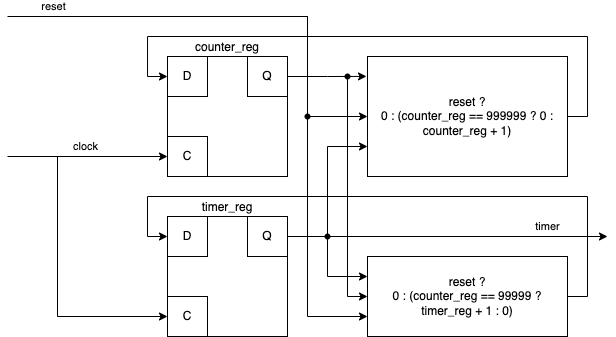
thu-cs-lab/Digital-Design-Docs keeps this draw.io diagram as docs/hdl-by-example/imgs/timer.drawio.png. Above is the earlier version. Source tidied: cells renumbered, new cells last; positions are measured from the earlier drawing's top-left corner, leaving out a move shared by most shapes. The source it was exported from:
```xml
<mxGraphModel>
  <root>
    <mxCell id="0" />
    <mxCell id="1" parent="0" />
    <mxCell id="2" value="counter_reg" style="rounded=0;whiteSpace=wrap;html=1;fillColor=none;labelPosition=center;verticalLabelPosition=top;align=center;verticalAlign=bottom;" parent="1" vertex="1">
      <mxGeometry x="160" y="40" width="120" height="120" as="geometry" />
    </mxCell>
    <mxCell id="3" value="D" style="rounded=0;whiteSpace=wrap;html=1;fillColor=none;" parent="1" vertex="1">
      <mxGeometry x="160" y="40" width="40" height="40" as="geometry" />
    </mxCell>
    <mxCell id="4" value="C" style="rounded=0;whiteSpace=wrap;html=1;fillColor=none;" parent="1" vertex="1">
      <mxGeometry x="160" y="120" width="40" height="40" as="geometry" />
    </mxCell>
    <mxCell id="5" style="edgeStyle=orthogonalEdgeStyle;rounded=0;jettySize=auto;html=1;exitX=1;exitY=0.5;exitDx=0;exitDy=0;entryX=-0.005;entryY=0.166;entryDx=0;entryDy=0;entryPerimeter=0;" parent="1" edge="1" source="6" target="17">
      <mxGeometry relative="1" as="geometry" />
    </mxCell>
    <mxCell id="6" value="Q" style="rounded=0;whiteSpace=wrap;html=1;fillColor=none;" parent="1" vertex="1">
      <mxGeometry x="240" y="40" width="40" height="40" as="geometry" />
    </mxCell>
    <mxCell id="7" style="endArrow=classic;html=1;rounded=0;entryX=0;entryY=0.5;entryDx=0;entryDy=0;" parent="1" edge="1" target="4">
      <mxGeometry relative="1" as="geometry">
        <mxPoint y="140" as="sourcePoint" />
      </mxGeometry>
    </mxCell>
    <mxCell id="8" value="clock" style="edgeLabel;html=1;align=center;verticalAlign=middle;" parent="7" vertex="1">
      <mxGeometry x="-0.03" y="-1" relative="1" as="geometry">
        <mxPoint y="-11" as="offset" />
      </mxGeometry>
    </mxCell>
    <mxCell id="9" value="timer_reg" style="rounded=0;whiteSpace=wrap;html=1;fillColor=none;labelPosition=center;verticalLabelPosition=top;align=center;verticalAlign=bottom;" parent="1" vertex="1">
      <mxGeometry x="160" y="200" width="120" height="120" as="geometry" />
    </mxCell>
    <mxCell id="10" value="D" style="rounded=0;whiteSpace=wrap;html=1;fillColor=none;" parent="1" vertex="1">
      <mxGeometry x="160" y="200" width="40" height="40" as="geometry" />
    </mxCell>
    <mxCell id="11" value="C" style="rounded=0;whiteSpace=wrap;html=1;fillColor=none;" parent="1" vertex="1">
      <mxGeometry x="160" y="280" width="40" height="40" as="geometry" />
    </mxCell>
    <mxCell id="12" value="Q" style="rounded=0;whiteSpace=wrap;html=1;fillColor=none;" parent="1" vertex="1">
      <mxGeometry x="240" y="200" width="40" height="40" as="geometry" />
    </mxCell>
    <mxCell id="13" style="endArrow=classic;html=1;rounded=0;entryX=0;entryY=0.5;entryDx=0;entryDy=0;" parent="1" edge="1" target="11">
      <mxGeometry relative="1" as="geometry">
        <mxPoint x="50" y="140" as="sourcePoint" />
        <Array as="points">
          <mxPoint x="50" y="300" />
        </Array>
      </mxGeometry>
    </mxCell>
    <mxCell id="14" style="endArrow=classic;html=1;rounded=0;exitDx=0;exitDy=0;startArrow=none;" parent="1" edge="1" source="25">
      <mxGeometry relative="1" as="geometry">
        <mxPoint x="600" y="220" as="targetPoint" />
      </mxGeometry>
    </mxCell>
    <mxCell id="15" value="timer" style="edgeLabel;html=1;align=center;verticalAlign=middle;" parent="14" vertex="1">
      <mxGeometry x="0.43" relative="1" as="geometry">
        <mxPoint x="19" y="-10" as="offset" />
      </mxGeometry>
    </mxCell>
    <mxCell id="16" style="edgeStyle=orthogonalEdgeStyle;rounded=0;jettySize=auto;html=1;exitX=1;exitY=0.5;exitDx=0;exitDy=0;entryX=0;entryY=0.5;entryDx=0;entryDy=0;" parent="1" edge="1" source="17" target="3">
      <mxGeometry relative="1" as="geometry">
        <Array as="points">
          <mxPoint x="580" y="100" />
          <mxPoint x="580" y="20" />
          <mxPoint x="140" y="20" />
          <mxPoint x="140" y="60" />
        </Array>
      </mxGeometry>
    </mxCell>
    <mxCell id="17" value="reset ?&lt;br&gt;0 : (counter_reg == 999999 ? 0 : counter_reg + 1)" style="rounded=0;whiteSpace=wrap;html=1;fillColor=none;" parent="1" vertex="1">
      <mxGeometry x="360" y="40" width="200" height="120" as="geometry" />
    </mxCell>
    <mxCell id="18" style="endArrow=classic;html=1;rounded=0;entryX=0;entryY=0.75;entryDx=0;entryDy=0;" parent="1" edge="1" target="17">
      <mxGeometry relative="1" as="geometry">
        <mxPoint x="320" y="220" as="sourcePoint" />
        <Array as="points">
          <mxPoint x="320" y="130" />
        </Array>
      </mxGeometry>
    </mxCell>
    <mxCell id="19" style="endArrow=classic;html=1;rounded=0;entryX=0;entryY=0.5;entryDx=0;entryDy=0;startArrow=none;" parent="1" edge="1" source="28" target="17">
      <mxGeometry relative="1" as="geometry">
        <Array as="points">
          <mxPoint x="300" />
          <mxPoint x="300" y="100" />
        </Array>
      </mxGeometry>
    </mxCell>
    <mxCell id="20" value="reset ?&lt;br&gt;0 : (counter_reg == 99999 ? timer_reg + 1 : 0)" style="rounded=0;whiteSpace=wrap;html=1;fillColor=none;" parent="1" vertex="1">
      <mxGeometry x="360" y="240" width="200" height="80" as="geometry" />
    </mxCell>
    <mxCell id="21" style="endArrow=classic;html=1;rounded=0;entryX=0;entryY=0.25;entryDx=0;entryDy=0;" parent="1" edge="1" target="20">
      <mxGeometry relative="1" as="geometry">
        <mxPoint x="320" y="220" as="sourcePoint" />
        <Array as="points">
          <mxPoint x="320" y="260" />
        </Array>
      </mxGeometry>
    </mxCell>
    <mxCell id="22" style="endArrow=classic;html=1;rounded=0;entryX=0;entryY=0.5;entryDx=0;entryDy=0;" parent="1" edge="1" target="20">
      <mxGeometry relative="1" as="geometry">
        <mxPoint x="340" y="60" as="sourcePoint" />
        <Array as="points">
          <mxPoint x="340" y="280" />
        </Array>
      </mxGeometry>
    </mxCell>
    <mxCell id="23" style="endArrow=classic;html=1;rounded=0;entryX=0;entryY=0.75;entryDx=0;entryDy=0;" parent="1" edge="1" target="20">
      <mxGeometry relative="1" as="geometry">
        <mxPoint x="300" y="100" as="sourcePoint" />
        <Array as="points">
          <mxPoint x="300" y="300" />
        </Array>
      </mxGeometry>
    </mxCell>
    <mxCell id="24" style="endArrow=classic;html=1;rounded=0;exitX=1;exitY=0.5;exitDx=0;exitDy=0;entryX=0;entryY=0.5;entryDx=0;entryDy=0;" parent="1" edge="1" source="20" target="10">
      <mxGeometry relative="1" as="geometry">
        <Array as="points">
          <mxPoint x="580" y="280" />
          <mxPoint x="580" y="180" />
          <mxPoint x="140" y="180" />
          <mxPoint x="140" y="220" />
        </Array>
      </mxGeometry>
    </mxCell>
    <mxCell id="25" style="shape=waypoint;sketch=0;fillStyle=solid;size=6;points=[];fillColor=none;perimeter=centerPerimeter;snapToPoint=1;" parent="1" vertex="1">
      <mxGeometry x="300" y="200" width="40" height="40" as="geometry" />
    </mxCell>
    <mxCell id="26" style="endArrow=none;html=1;rounded=0;exitX=1;exitY=0.5;exitDx=0;exitDy=0;" parent="1" edge="1" source="12" target="25">
      <mxGeometry relative="1" as="geometry" />
    </mxCell>
    <mxCell id="27" style="shape=waypoint;sketch=0;fillStyle=solid;size=6;fillColor=none;perimeter=centerPerimeter;" parent="1" vertex="1">
      <mxGeometry x="320" y="40" width="40" height="40" as="geometry" />
    </mxCell>
    <mxCell id="28" style="shape=waypoint;sketch=0;fillStyle=solid;size=6;points=[];fillColor=none;perimeter=centerPerimeter;snapToPoint=1;" parent="1" vertex="1">
      <mxGeometry x="280" y="80" width="40" height="40" as="geometry" />
    </mxCell>
    <mxCell id="29" style="endArrow=none;html=1;rounded=0;entryDx=0;entryDy=0;" parent="1" edge="1" target="28">
      <mxGeometry relative="1" as="geometry">
        <mxPoint as="sourcePoint" />
        <Array as="points">
          <mxPoint x="300" />
        </Array>
      </mxGeometry>
    </mxCell>
    <mxCell id="30" value="reset" style="edgeLabel;html=1;align=center;verticalAlign=middle;" parent="29" vertex="1">
      <mxGeometry x="-0.12" y="3" relative="1" as="geometry">
        <mxPoint x="-131" y="-7" as="offset" />
      </mxGeometry>
    </mxCell>
  </root>
</mxGraphModel>
```
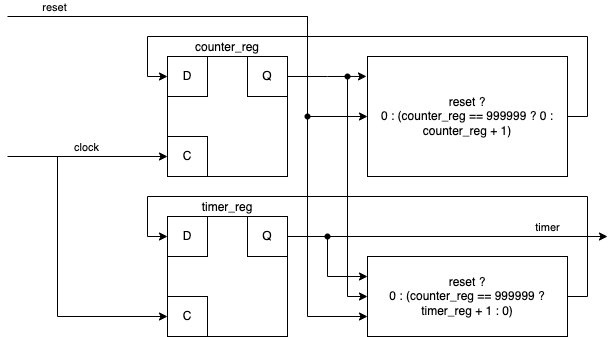
Later version of the same file.

Change to the diagram source:
```diff
@@ -70,14 +70,6 @@
     <mxCell id="17" value="reset ?&lt;br&gt;0 : (counter_reg == 999999 ? 0 : counter_reg + 1)" style="rounded=0;whiteSpace=wrap;html=1;fillColor=none;" parent="1" vertex="1">
       <mxGeometry x="360" y="40" width="200" height="120" as="geometry" />
     </mxCell>
-    <mxCell id="18" style="endArrow=classic;html=1;rounded=0;entryX=0;entryY=0.75;entryDx=0;entryDy=0;" parent="1" edge="1" target="17">
-      <mxGeometry relative="1" as="geometry">
-        <mxPoint x="320" y="220" as="sourcePoint" />
-        <Array as="points">
-          <mxPoint x="320" y="130" />
-        </Array>
-      </mxGeometry>
-    </mxCell>
     <mxCell id="19" style="endArrow=classic;html=1;rounded=0;entryX=0;entryY=0.5;entryDx=0;entryDy=0;startArrow=none;" parent="1" edge="1" source="28" target="17">
       <mxGeometry relative="1" as="geometry">
         <Array as="points">
@@ -86,7 +78,7 @@
         </Array>
       </mxGeometry>
     </mxCell>
-    <mxCell id="20" value="reset ?&lt;br&gt;0 : (counter_reg == 99999 ? timer_reg + 1 : 0)" style="rounded=0;whiteSpace=wrap;html=1;fillColor=none;" parent="1" vertex="1">
+    <mxCell id="20" value="reset ?&lt;br&gt;0 : (counter_reg == 999999 ? timer_reg + 1 : 0)" style="rounded=0;whiteSpace=wrap;html=1;fillColor=none;" parent="1" vertex="1">
       <mxGeometry x="360" y="240" width="200" height="80" as="geometry" />
     </mxCell>
     <mxCell id="21" style="endArrow=classic;html=1;rounded=0;entryX=0;entryY=0.25;entryDx=0;entryDy=0;" parent="1" edge="1" target="20">
```
